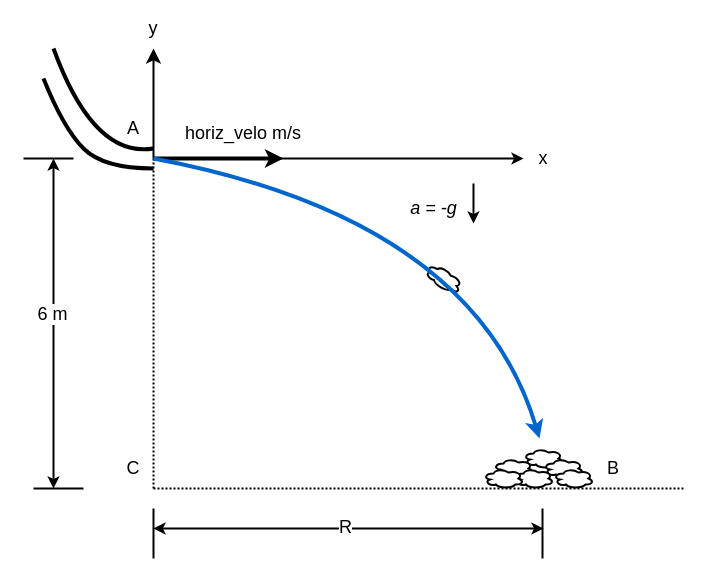
Above: CaseStudies/projectileLesson/SackExample.drawio in smiths/caseStudies (draw.io), before the change. Source tidied: cells renumbered, new cells numbered last; positions are measured from the earlier drawing's top-left corner, leaving out a move shared by most shapes. Both pictures are drawn from the tidied source at 100%, with x=0, y=0 at pixel (23, 18).
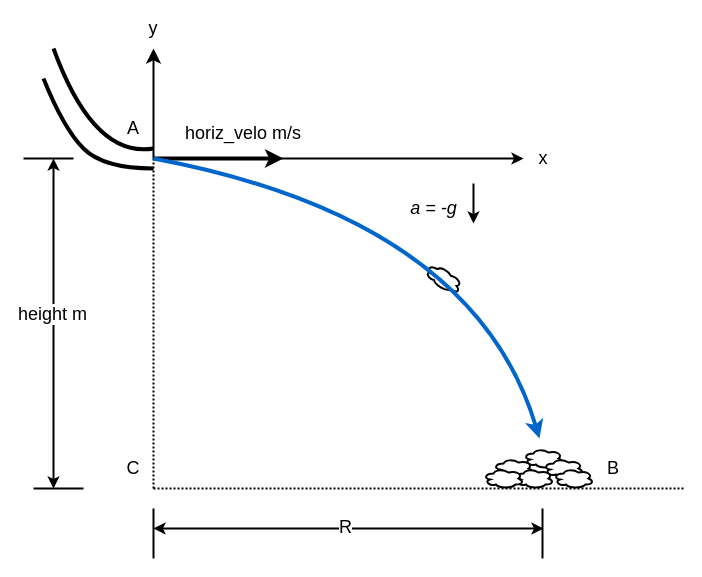
The same diagram, later.

Commit message (it also covers changes not shown here):
Update sack figure to use generic names for input velo and height, to match notebook

The change refers to these unchanged cells:
```xml
<mxCell id="19" style="endArrow=classic;startArrow=classic;html=1;strokeWidth=2;" parent="1" edge="1">
  <mxGeometry relative="1" as="geometry">
    <mxPoint x="30" y="470" as="sourcePoint" />
    <mxPoint x="30" y="140" as="targetPoint" />
  </mxGeometry>
</mxCell>
```

Diff of the diagram source:
```diff
@@
-    <mxCell id="20" value="6 m" style="edgeLabel;html=1;align=center;verticalAlign=middle;fontSize=18;" parent="19" vertex="1">
+    <mxCell id="20" value="height m" style="edgeLabel;html=1;align=center;verticalAlign=middle;fontSize=18;" parent="19" vertex="1">
       <mxGeometry x="0.06" y="2" relative="1" as="geometry" />
     </mxCell>
```
